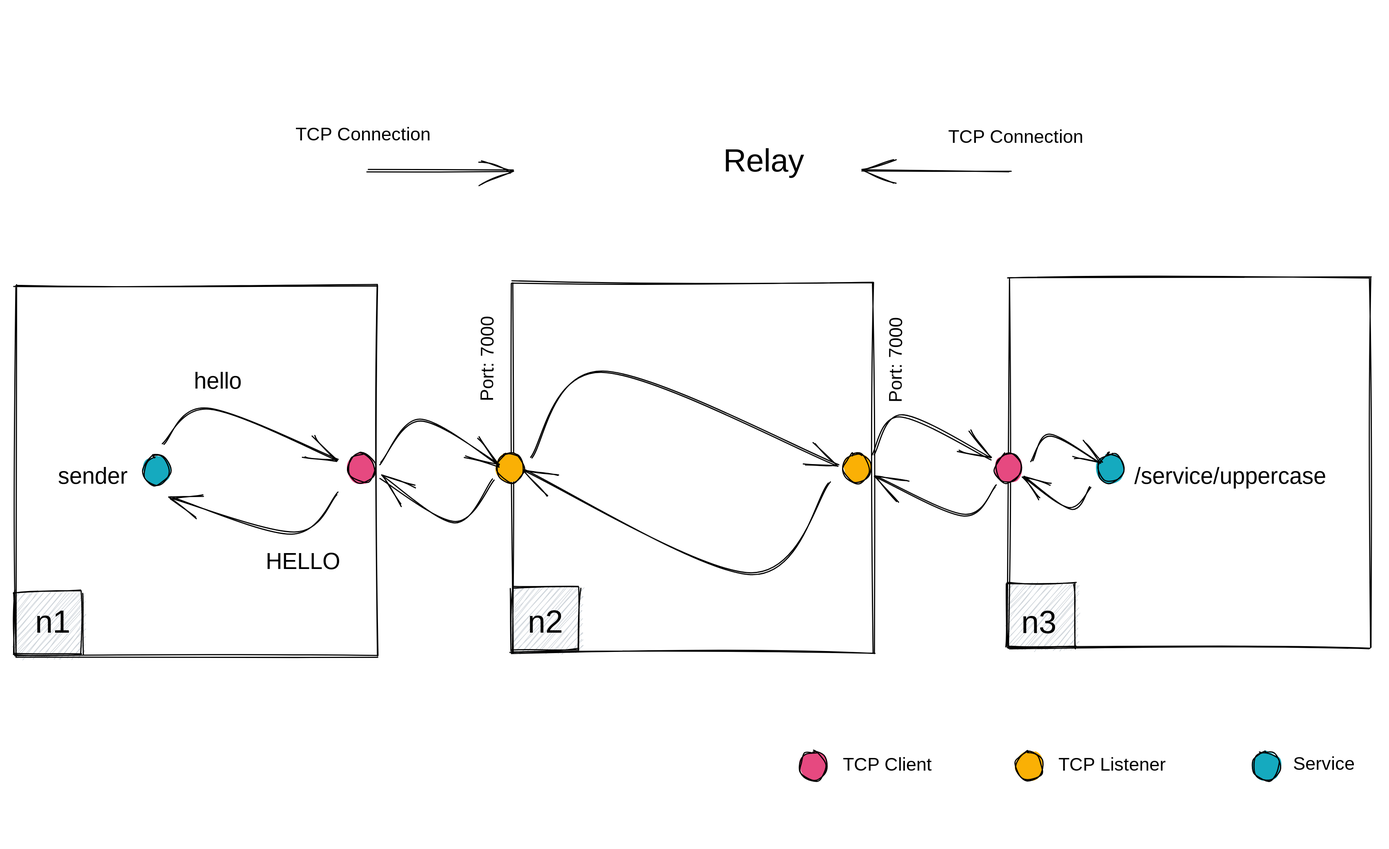
Above: .gitbook/assets/file.excalidraw (1).svg in build-trust/ockam-documentation (Excalidraw), before the change. Source tidied: one line per element, renumbered; positions are measured from the earlier drawing's top-left corner, leaving out a move shared by most shapes.
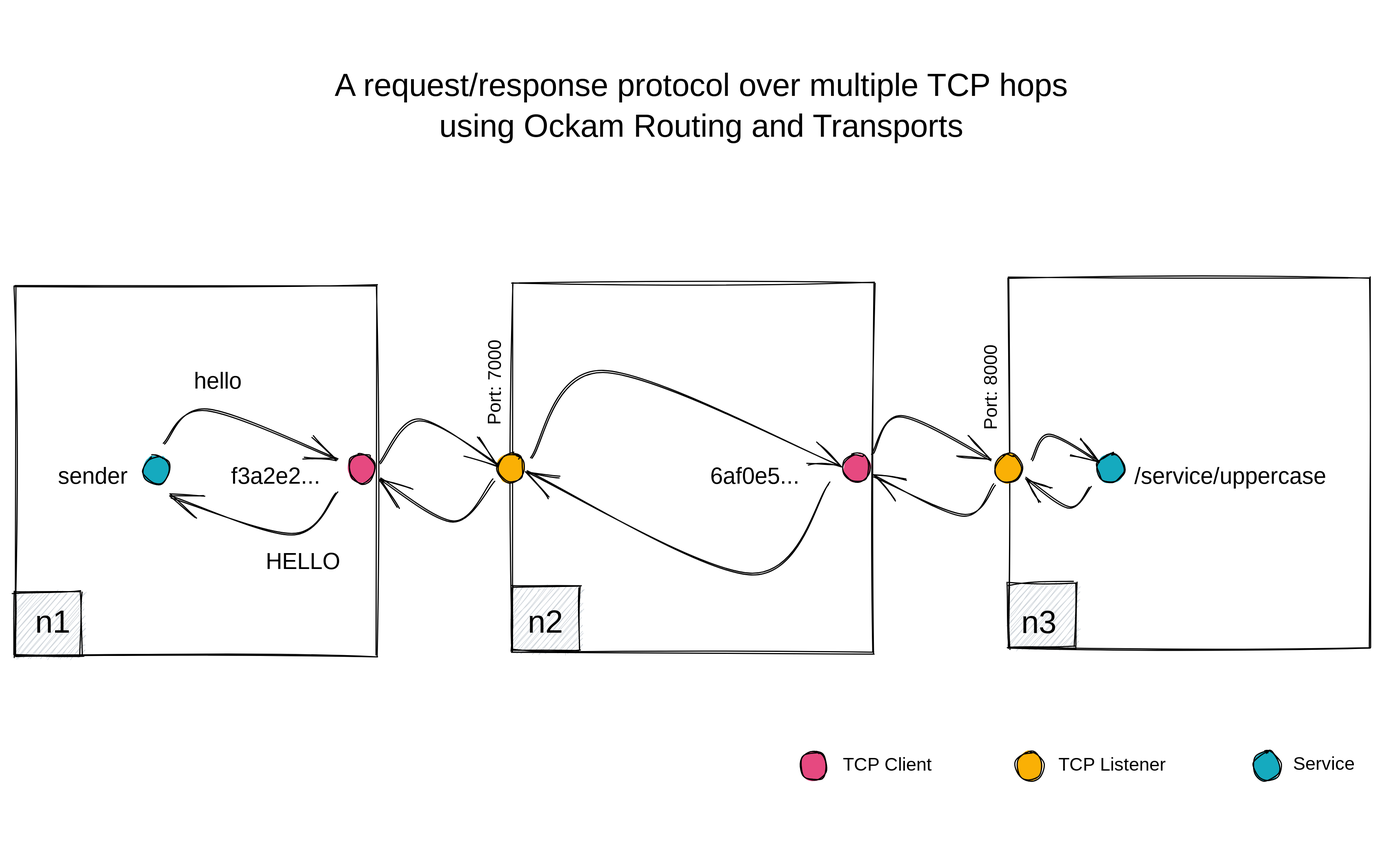
After the commit.

Diff of the diagram source:
```diff
@@ -1,44 +1,42 @@
-{"id": 0, "type": "rectangle", "strokeColor": "#000000", "backgroundColor": "#ced4da", "fillStyle": "hachure", "strokeWidth": 1, "roughness": 1, "x": 872, "y": 500, "width": 59, "height": 56}
-{"id": 1, "type": "rectangle", "strokeColor": "#000000", "backgroundColor": "#ced4da", "fillStyle": "hachure", "strokeWidth": 1, "roughness": 1, "x": 3, "y": 508, "width": 59, "height": 56}
-{"id": 2, "type": "rectangle", "strokeColor": "#000000", "backgroundColor": "#ced4da", "fillStyle": "hachure", "strokeWidth": 1, "roughness": 1, "x": 438, "y": 503, "width": 59, "height": 56}
-{"id": 3, "type": "rectangle", "strokeColor": "transparent", "strokeWidth": 1, "roughness": 1, "round": true, "x": 0, "y": 0, "width": 1195, "height": 723}
-{"id": 4, "type": "rectangle", "strokeColor": "#000000", "strokeWidth": 1, "roughness": 1, "x": 873, "y": 233, "width": 316, "height": 324}
+{"id": 44, "type": "rectangle", "strokeColor": "#000000", "backgroundColor": "#ced4da", "fillStyle": "hachure", "strokeWidth": 1, "roughness": 1, "x": 872, "y": 500, "width": 59, "height": 56}
+{"id": 45, "type": "rectangle", "strokeColor": "#000000", "backgroundColor": "#ced4da", "fillStyle": "hachure", "strokeWidth": 1, "roughness": 1, "x": 2, "y": 508, "width": 59, "height": 56}
+{"id": 46, "type": "rectangle", "strokeColor": "#000000", "backgroundColor": "#ced4da", "fillStyle": "hachure", "strokeWidth": 1, "roughness": 1, "x": 438, "y": 503, "width": 59, "height": 56}
+{"id": 47, "type": "rectangle", "strokeColor": "transparent", "strokeWidth": 1, "roughness": 1, "round": true, "x": 0, "y": 0, "width": 1195, "height": 723}
+{"id": 48, "type": "rectangle", "strokeColor": "#000000", "strokeWidth": 1, "roughness": 1, "x": 873, "y": 233, "width": 316, "height": 324}
 {"id": 5, "type": "text", "text": "/service/uppercase", "strokeColor": "#000000", "strokeWidth": 1, "roughness": 1, "fontSize": 20, "fontFamily": 1, "x": 982, "y": 395, "width": 184, "height": 25}
-{"id": 6, "type": "ellipse", "strokeColor": "#000000", "backgroundColor": "#15aabf", "fillStyle": "solid", "strokeWidth": 1, "roughness": 1, "round": true, "x": 950, "y": 387, "width": 23, "height": 25}
-{"id": 7, "type": "ellipse", "strokeColor": "#000000", "backgroundColor": "#e64980", "fillStyle": "solid", "strokeWidth": 1, "roughness": 1, "round": true, "x": 861, "y": 387, "width": 23, "height": 25}
-{"id": 8, "type": "text", "text": "Port: 7000", "strokeColor": "#000000", "angle": 4.72, "strokeWidth": 1, "roughness": 1, "fontSize": 16, "fontFamily": 1, "x": 730, "y": 286, "width": 91, "height": 20}
-{"id": 9, "type": "rectangle", "strokeColor": "#000000", "strokeWidth": 1, "roughness": 1, "x": 438, "y": 237, "width": 316, "height": 324}
-{"id": 10, "type": "rectangle", "strokeColor": "#000000", "strokeWidth": 1, "roughness": 1, "x": 3, "y": 240, "width": 316, "height": 324}
-{"id": 11, "type": "text", "text": "Port: 7000", "strokeColor": "#000000", "angle": 4.72, "strokeWidth": 1, "roughness": 1, "fontSize": 16, "fontFamily": 1, "x": 372, "y": 286, "width": 91, "height": 20}
-{"id": 12, "type": "ellipse", "strokeColor": "#000000", "backgroundColor": "#fab005", "fillStyle": "solid", "strokeWidth": 1, "roughness": 1, "round": true, "x": 425, "y": 387, "width": 23, "height": 25}
-{"id": 13, "type": "ellipse", "strokeColor": "#000000", "backgroundColor": "#fab005", "fillStyle": "solid", "strokeWidth": 1, "roughness": 1, "round": true, "x": 728, "y": 387, "width": 23, "height": 25}
-{"id": 14, "type": "ellipse", "strokeColor": "#000000", "backgroundColor": "#e64980", "fillStyle": "solid", "strokeWidth": 1, "roughness": 1, "round": true, "x": 295, "y": 387, "width": 23, "height": 25}
-{"id": 15, "type": "ellipse", "strokeColor": "#000000", "backgroundColor": "#e64980", "fillStyle": "solid", "strokeWidth": 1, "roughness": 1, "round": true, "x": 690, "y": 648, "width": 23, "height": 25}
+{"id": 49, "type": "ellipse", "strokeColor": "#000000", "backgroundColor": "#15aabf", "fillStyle": "solid", "strokeWidth": 1, "roughness": 1, "round": true, "x": 950, "y": 387, "width": 23, "height": 25}
+{"id": 50, "type": "ellipse", "strokeColor": "#000000", "backgroundColor": "#fab005", "fillStyle": "solid", "strokeWidth": 1, "roughness": 1, "round": true, "x": 861, "y": 387, "width": 23, "height": 25}
+{"id": 51, "type": "text", "text": "Port: 8000", "strokeColor": "#000000", "angle": 4.72, "strokeWidth": 1, "roughness": 1, "fontSize": 16, "fontFamily": 1, "x": 811, "y": 308, "width": 95, "height": 20}
+{"id": 52, "type": "rectangle", "strokeColor": "#000000", "strokeWidth": 1, "roughness": 1, "x": 438, "y": 237, "width": 316, "height": 324}
+{"id": 53, "type": "rectangle", "strokeColor": "#000000", "strokeWidth": 1, "roughness": 1, "x": 3, "y": 240, "width": 316, "height": 324}
+{"id": 54, "type": "text", "text": "Port: 7000", "strokeColor": "#000000", "angle": 4.72, "strokeWidth": 1, "roughness": 1, "fontSize": 16, "fontFamily": 1, "x": 379, "y": 306, "width": 91, "height": 20}
+{"id": 55, "type": "ellipse", "strokeColor": "#000000", "backgroundColor": "#fab005", "fillStyle": "solid", "strokeWidth": 1, "roughness": 1, "round": true, "x": 425, "y": 387, "width": 23, "height": 25}
+{"id": 56, "type": "ellipse", "strokeColor": "#000000", "backgroundColor": "#e64980", "fillStyle": "solid", "strokeWidth": 1, "roughness": 1, "round": true, "x": 728, "y": 387, "width": 23, "height": 25}
+{"id": 57, "type": "ellipse", "strokeColor": "#000000", "backgroundColor": "#e64980", "fillStyle": "solid", "strokeWidth": 1, "roughness": 1, "round": true, "x": 295, "y": 387, "width": 23, "height": 25}
+{"id": 58, "type": "ellipse", "strokeColor": "#000000", "backgroundColor": "#e64980", "fillStyle": "solid", "strokeWidth": 1, "roughness": 1, "round": true, "x": 690, "y": 648, "width": 23, "height": 25}
 {"id": 16, "type": "text", "text": "TCP Client", "strokeColor": "#000000", "strokeWidth": 1, "roughness": 1, "fontSize": 16, "fontFamily": 1, "x": 727, "y": 650, "width": 87, "height": 20}
-{"id": 17, "type": "ellipse", "strokeColor": "#000000", "backgroundColor": "#fab005", "fillStyle": "solid", "strokeWidth": 1, "roughness": 1, "round": true, "x": 879, "y": 648, "width": 23, "height": 25}
+{"id": 59, "type": "ellipse", "strokeColor": "#000000", "backgroundColor": "#fab005", "fillStyle": "solid", "strokeWidth": 1, "roughness": 1, "round": true, "x": 879, "y": 648, "width": 23, "height": 25}
 {"id": 18, "type": "text", "text": "TCP Listener", "strokeColor": "#000000", "strokeWidth": 1, "roughness": 1, "fontSize": 16, "fontFamily": 1, "x": 916, "y": 650, "width": 106, "height": 20}
-{"id": 19, "type": "ellipse", "strokeColor": "#000000", "backgroundColor": "#15aabf", "fillStyle": "solid", "strokeWidth": 1, "roughness": 1, "round": true, "x": 1087, "y": 648, "width": 23, "height": 25}
+{"id": 60, "type": "ellipse", "strokeColor": "#000000", "backgroundColor": "#15aabf", "fillStyle": "solid", "strokeWidth": 1, "roughness": 1, "round": true, "x": 1087, "y": 648, "width": 23, "height": 25}
 {"id": 20, "type": "text", "text": "Service", "strokeColor": "#000000", "strokeWidth": 1, "roughness": 1, "fontSize": 16, "fontFamily": 1, "x": 1121, "y": 649, "width": 56, "height": 20}
-{"id": 21, "type": "arrow", "strokeColor": "#000000", "strokeWidth": 1, "roughness": 1, "endArrowhead": "arrow", "round": true, "from": 13, "to": 7, "x": 753, "y": 387, "width": 103, "height": 38, "points": [[0, 0], [25, -33], [103, 4]]}
-{"id": 22, "type": "arrow", "strokeColor": "#000000", "strokeWidth": 1, "roughness": 1, "endArrowhead": "arrow", "round": true, "from": 14, "to": 9, "x": 322, "y": 395, "width": 104, "height": 39, "points": [[0, 0], [35, -38], [104, 2]]}
-{"id": 23, "type": "arrow", "strokeColor": "#000000", "strokeWidth": 1, "roughness": 1, "endArrowhead": "arrow", "round": true, "from": 7, "to": 6, "x": 893, "y": 393, "width": 59, "height": 23, "points": [[0, 0], [15, -22], [59, 1]]}
-{"id": 24, "type": "arrow", "strokeColor": "#000000", "strokeWidth": 1, "roughness": 1, "endArrowhead": "arrow", "round": true, "from": 12, "to": 13, "x": 455, "y": 390, "width": 269, "height": 81, "points": [[0, 0], [62, -74], [269, 7]]}
-{"id": 25, "type": "arrow", "strokeColor": "#000000", "strokeWidth": 1, "roughness": 1, "endArrowhead": "arrow", "round": true, "from": 6, "to": 7, "x": 943, "y": 416, "width": 57, "height": 26, "points": [[0, 0], [-18, 18], [-57, -8]]}
-{"id": 26, "type": "arrow", "strokeColor": "#000000", "strokeWidth": 1, "roughness": 1, "endArrowhead": "arrow", "round": true, "from": 7, "to": 13, "x": 861, "y": 415, "width": 106, "height": 33, "points": [[0, 0], [-27, 25], [-106, -8]]}
-{"id": 27, "type": "arrow", "strokeColor": "#000000", "strokeWidth": 1, "roughness": 1, "endArrowhead": "arrow", "round": true, "to": 12, "x": 715, "y": 413, "width": 265, "height": 90, "points": [[0, 0], [-69, 79], [-265, -11]]}
-{"id": 28, "type": "arrow", "strokeColor": "#000000", "strokeWidth": 1, "roughness": 1, "endArrowhead": "arrow", "round": true, "from": 12, "to": 14, "x": 422, "y": 410, "width": 99, "height": 39, "points": [[0, 0], [-35, 37], [-99, -2]]}
-{"id": 29, "type": "arrow", "strokeColor": "#000000", "strokeWidth": 1, "roughness": 1, "endArrowhead": "arrow", "round": true, "from": 37, "x": 133, "y": 378, "width": 152, "height": 44, "points": [[0, 0], [38, -30], [152, 14]]}
-{"id": 30, "type": "arrow", "strokeColor": "#000000", "strokeWidth": 1, "roughness": 1, "endArrowhead": "arrow", "round": true, "to": 37, "x": 285, "y": 421, "width": 145, "height": 36, "points": [[0, 0], [-38, 36], [-145, 4]]}
+{"id": 61, "type": "arrow", "strokeColor": "#000000", "strokeWidth": 1, "roughness": 1, "endArrowhead": "arrow", "round": true, "from": 56, "to": 50, "x": 753, "y": 387, "width": 103, "height": 38, "points": [[0, 0], [25, -33], [103, 4]]}
+{"id": 62, "type": "arrow", "strokeColor": "#000000", "strokeWidth": 1, "roughness": 1, "endArrowhead": "arrow", "round": true, "from": 57, "to": 52, "x": 322, "y": 395, "width": 104, "height": 39, "points": [[0, 0], [35, -38], [104, 2]]}
+{"id": 63, "type": "arrow", "strokeColor": "#000000", "strokeWidth": 1, "roughness": 1, "endArrowhead": "arrow", "round": true, "from": 50, "to": 49, "x": 893, "y": 393, "width": 59, "height": 23, "points": [[0, 0], [15, -22], [59, 1]]}
+{"id": 64, "type": "arrow", "strokeColor": "#000000", "strokeWidth": 1, "roughness": 1, "endArrowhead": "arrow", "round": true, "from": 55, "to": 56, "x": 455, "y": 390, "width": 269, "height": 81, "points": [[0, 0], [62, -74], [269, 7]]}
+{"id": 65, "type": "arrow", "strokeColor": "#000000", "strokeWidth": 1, "roughness": 1, "endArrowhead": "arrow", "round": true, "from": 49, "to": 50, "x": 943, "y": 416, "width": 57, "height": 26, "points": [[0, 0], [-18, 18], [-57, -8]]}
+{"id": 66, "type": "arrow", "strokeColor": "#000000", "strokeWidth": 1, "roughness": 1, "endArrowhead": "arrow", "round": true, "from": 50, "to": 56, "x": 861, "y": 415, "width": 106, "height": 33, "points": [[0, 0], [-27, 25], [-106, -8]]}
+{"id": 67, "type": "arrow", "strokeColor": "#000000", "strokeWidth": 1, "roughness": 1, "endArrowhead": "arrow", "round": true, "from": 56, "to": 55, "x": 715, "y": 413, "width": 265, "height": 90, "points": [[0, 0], [-69, 79], [-265, -11]]}
+{"id": 68, "type": "arrow", "strokeColor": "#000000", "strokeWidth": 1, "roughness": 1, "endArrowhead": "arrow", "round": true, "from": 55, "to": 57, "x": 422, "y": 410, "width": 99, "height": 39, "points": [[0, 0], [-35, 37], [-99, -2]]}
+{"id": 69, "type": "arrow", "strokeColor": "#000000", "strokeWidth": 1, "roughness": 1, "endArrowhead": "arrow", "round": true, "from": 74, "to": 72, "x": 133, "y": 378, "width": 152, "height": 44, "points": [[0, 0], [38, -30], [152, 14]]}
+{"id": 70, "type": "arrow", "strokeColor": "#000000", "strokeWidth": 1, "roughness": 1, "endArrowhead": "arrow", "round": true, "from": 72, "to": 74, "x": 285, "y": 421, "width": 145, "height": 36, "points": [[0, 0], [-38, 36], [-145, 4]]}
 {"id": 31, "type": "text", "text": "n1", "strokeColor": "#000000", "strokeWidth": 1, "roughness": 1, "fontSize": 28, "fontFamily": 1, "x": 21, "y": 518, "width": 23, "height": 36}
 {"id": 32, "type": "text", "text": "n2", "strokeColor": "#000000", "strokeWidth": 1, "roughness": 1, "fontSize": 28, "fontFamily": 1, "x": 452, "y": 518, "width": 35, "height": 36}
 {"id": 33, "type": "text", "text": "n3", "strokeColor": "#000000", "strokeWidth": 1, "roughness": 1, "fontSize": 28, "fontFamily": 1, "x": 883, "y": 519, "width": 34, "height": 36}
 {"id": 34, "type": "text", "text": "hello", "strokeColor": "#000000", "strokeWidth": 1, "roughness": 1, "fontSize": 20, "fontFamily": 1, "x": 160, "y": 312, "width": 44, "height": 25}
 {"id": 35, "type": "text", "text": "HELLO", "strokeColor": "#000000", "strokeWidth": 1, "roughness": 1, "fontSize": 20, "fontFamily": 1, "x": 223, "y": 470, "width": 65, "height": 25}
 {"id": 36, "type": "text", "text": "rr", "strokeColor": "transparent", "strokeWidth": 1, "roughness": 1, "fontSize": 20, "fontFamily": 1, "x": 494, "y": 57, "width": 19, "height": 25}
-{"id": 37, "type": "ellipse", "strokeColor": "#000000", "backgroundColor": "#15aabf", "fillStyle": "solid", "strokeWidth": 1, "roughness": 1, "round": true, "x": 115, "y": 389, "width": 23, "height": 25}
+{"id": 71, "type": "text", "text": "A request/response protocol over multiple TCP hops\nusing Ockam Routing and Transports", "strokeColor": "#000000", "strokeWidth": 1, "roughness": 1, "fontSize": 28, "fontFamily": 1, "textAlign": "center", "x": 242, "y": 48, "width": 722, "height": 71}
+{"id": 72, "type": "text", "text": "f3a2e2...", "strokeColor": "#000000", "strokeWidth": 1, "roughness": 1, "fontSize": 20, "fontFamily": 1, "x": 192, "y": 395, "width": 95, "height": 25}
+{"id": 73, "type": "text", "text": "6af0e5...", "strokeColor": "#000000", "strokeWidth": 1, "roughness": 1, "fontSize": 20, "fontFamily": 1, "x": 611, "y": 395, "width": 91, "height": 25}
+{"id": 74, "type": "ellipse", "strokeColor": "#000000", "backgroundColor": "#15aabf", "fillStyle": "solid", "strokeWidth": 1, "roughness": 1, "round": true, "x": 115, "y": 389, "width": 23, "height": 25}
 {"id": 38, "type": "text", "text": "sender", "strokeColor": "#000000", "strokeWidth": 1, "roughness": 1, "fontSize": 20, "fontFamily": 1, "x": 41, "y": 395, "width": 64, "height": 25}
-{"id": 39, "type": "arrow", "strokeColor": "#000000", "backgroundColor": "#e64980", "fillStyle": "hachure", "strokeWidth": 1, "roughness": 1, "endArrowhead": "arrow", "round": true, "x": 873, "y": 139, "width": 128, "height": 0, "points": [[0, 0], [-128, 0]]}
-{"id": 40, "type": "arrow", "strokeColor": "#000000", "backgroundColor": "#e64980", "fillStyle": "hachure", "strokeWidth": 1, "roughness": 1, "endArrowhead": "arrow", "round": true, "x": 312, "y": 139, "width": 126, "height": 0, "points": [[0, 0], [126, 0]]}
-{"id": 41, "type": "text", "text": "Relay", "strokeColor": "#000000", "backgroundColor": "#e64980", "fillStyle": "hachure", "strokeWidth": 1, "roughness": 1, "fontSize": 28, "fontFamily": 1, "x": 623, "y": 115, "width": 75, "height": 36}
-{"id": 42, "type": "text", "text": "TCP Connection", "strokeColor": "#000000", "backgroundColor": "#e64980", "fillStyle": "hachure", "strokeWidth": 1, "roughness": 1, "fontSize": 16, "fontFamily": 1, "x": 248, "y": 99, "width": 124, "height": 20}
-{"id": 43, "type": "text", "text": "TCP Connection", "strokeColor": "#000000", "backgroundColor": "#e64980", "fillStyle": "hachure", "strokeWidth": 1, "roughness": 1, "fontSize": 16, "fontFamily": 1, "x": 820, "y": 101, "width": 124, "height": 20}
```
